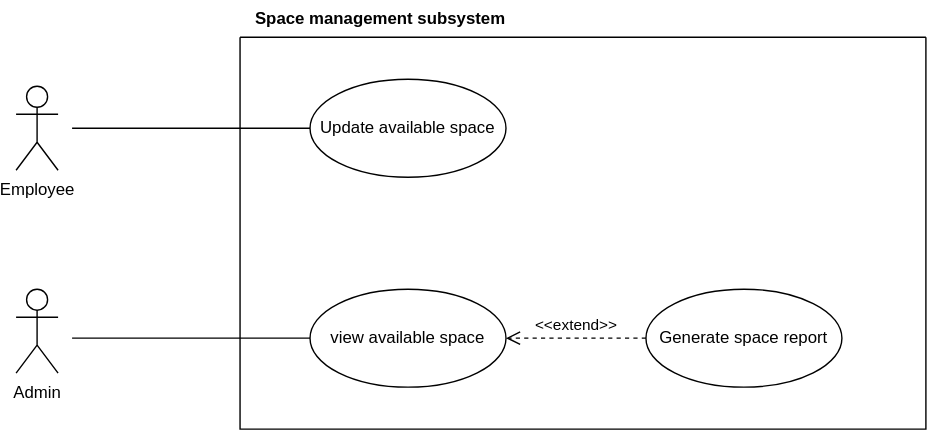
This is Space Management.svg from Simamkele88/IFM3_GP, a draw.io export, as it was before one commit. Source tidied: cells renumbered, new cells last; positions are measured from the earlier drawing's top-left corner, leaving out a move shared by most shapes. Source of this version:
```xml
<mxGraphModel>
  <root>
    <mxCell id="0" />
    <mxCell id="1" parent="0" />
    <mxCell id="2" style="swimlane;startSize=0;" parent="1" vertex="1">
      <mxGeometry x="160" y="26" width="490" height="280" as="geometry" />
    </mxCell>
    <mxCell id="3" value="view available space" style="ellipse;whiteSpace=wrap;html=1;" parent="2" vertex="1">
      <mxGeometry x="50" y="180" width="140" height="70" as="geometry" />
    </mxCell>
    <mxCell id="4" value="Generate space report" style="ellipse;whiteSpace=wrap;html=1;" parent="2" vertex="1">
      <mxGeometry x="290" y="180" width="140" height="70" as="geometry" />
    </mxCell>
    <mxCell id="5" value="Update available space" style="ellipse;whiteSpace=wrap;html=1;" parent="2" vertex="1">
      <mxGeometry x="50" y="30" width="140" height="70" as="geometry" />
    </mxCell>
    <mxCell id="6" value="&amp;lt;&amp;lt;extend&amp;gt;&amp;gt;" style="html=1;verticalAlign=bottom;endArrow=open;dashed=1;endSize=8;curved=0;rounded=0;entryX=1;entryY=0.5;entryDx=0;entryDy=0;exitX=0;exitY=0.5;exitDx=0;exitDy=0;" parent="2" edge="1" source="4" target="3">
      <mxGeometry relative="1" as="geometry" />
    </mxCell>
    <mxCell id="7" value="Space management subsystem" style="text;align=center;fontStyle=1;verticalAlign=middle;spacingLeft=3;spacingRight=3;strokeColor=none;html=1;" parent="1" vertex="1">
      <mxGeometry x="220" width="80" height="26" as="geometry" />
    </mxCell>
    <mxCell id="8" value="Employee" style="shape=umlActor;verticalLabelPosition=bottom;verticalAlign=top;html=1;" parent="1" vertex="1">
      <mxGeometry y="61" width="30" height="60" as="geometry" />
    </mxCell>
    <mxCell id="9" value="Admin" style="shape=umlActor;verticalLabelPosition=bottom;verticalAlign=top;html=1;" parent="1" vertex="1">
      <mxGeometry y="206" width="30" height="60" as="geometry" />
    </mxCell>
    <mxCell id="10" style="endArrow=none;html=1;rounded=0;entryX=0;entryY=0.5;entryDx=0;entryDy=0;" parent="1" edge="1" target="5">
      <mxGeometry relative="1" as="geometry">
        <mxPoint x="40" y="91" as="sourcePoint" />
      </mxGeometry>
    </mxCell>
    <mxCell id="11" style="endArrow=none;html=1;rounded=0;entryX=0;entryY=0.5;entryDx=0;entryDy=0;" parent="1" edge="1" target="3">
      <mxGeometry relative="1" as="geometry">
        <mxPoint x="40" y="241" as="sourcePoint" />
      </mxGeometry>
    </mxCell>
  </root>
</mxGraphModel>
```
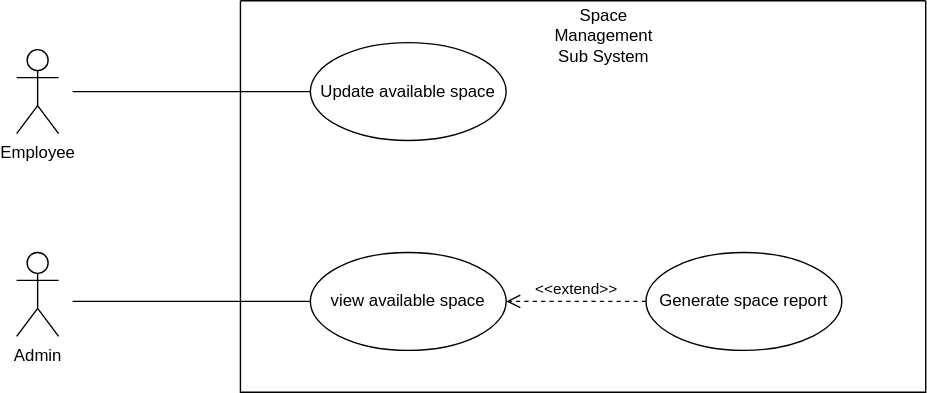
Later version of the same file.

The edit, as a diff of the source:
```diff
@@ -17,9 +17,9 @@
     <mxCell id="6" value="&amp;lt;&amp;lt;extend&amp;gt;&amp;gt;" style="html=1;verticalAlign=bottom;endArrow=open;dashed=1;endSize=8;curved=0;rounded=0;entryX=1;entryY=0.5;entryDx=0;entryDy=0;exitX=0;exitY=0.5;exitDx=0;exitDy=0;" parent="2" edge="1" source="4" target="3">
       <mxGeometry relative="1" as="geometry" />
     </mxCell>
-    <mxCell id="7" value="Space management subsystem" style="text;align=center;fontStyle=1;verticalAlign=middle;spacingLeft=3;spacingRight=3;strokeColor=none;html=1;" parent="1" vertex="1">
-      <mxGeometry x="220" width="80" height="26" as="geometry" />
-    </mxCell>
+    <mxCell id="12" value="&lt;div&gt;Space Management Sub System&lt;/div&gt;" style="text;html=1;align=center;verticalAlign=middle;whiteSpace=wrap;rounded=0;" parent="2" vertex="1">
+      <mxGeometry x="230" y="10" width="60" height="30" as="geometry" />
+    </mxCell>
     <mxCell id="8" value="Employee" style="shape=umlActor;verticalLabelPosition=bottom;verticalAlign=top;html=1;" parent="1" vertex="1">
       <mxGeometry y="61" width="30" height="60" as="geometry" />
     </mxCell>
```
